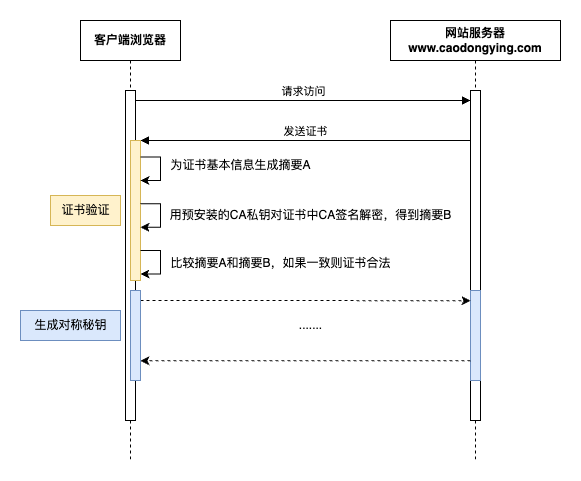
Earlier version of the draw.io export assets/images/https/客户端验证证书.png (Caodongying/caodongying.github.io). Source tidied: cells renumbered, new cells last; positions are measured from the earlier drawing's top-left corner, leaving out a move shared by most shapes. Its diagram source:
```xml
<mxGraphModel>
  <root>
    <mxCell id="0" />
    <mxCell id="1" parent="0" />
    <mxCell id="2" value="&lt;span style=&quot;font-weight: 700; text-wrap-mode: nowrap;&quot;&gt;客户端浏览器&lt;/span&gt;" style="shape=umlLifeline;perimeter=lifelinePerimeter;whiteSpace=wrap;html=1;newEdgeStyle={&quot;edgeStyle&quot;:&quot;elbowEdgeStyle&quot;,&quot;elbow&quot;:&quot;vertical&quot;,&quot;curved&quot;:0,&quot;rounded&quot;:0};" parent="1" vertex="1">
      <mxGeometry x="60" width="100" height="440" as="geometry" />
    </mxCell>
    <mxCell id="3" value="&lt;span style=&quot;font-weight: 700; text-wrap-mode: nowrap;&quot;&gt;网站服务器&lt;/span&gt;&lt;br style=&quot;font-weight: 700; text-wrap-mode: nowrap;&quot;&gt;&lt;span style=&quot;font-weight: 700; text-wrap-mode: nowrap;&quot;&gt;www.caodongying.com&lt;/span&gt;" style="shape=umlLifeline;perimeter=lifelinePerimeter;whiteSpace=wrap;html=1;newEdgeStyle={&quot;edgeStyle&quot;:&quot;elbowEdgeStyle&quot;,&quot;elbow&quot;:&quot;vertical&quot;,&quot;curved&quot;:0,&quot;rounded&quot;:0};" parent="1" vertex="1">
      <mxGeometry x="370" width="170" height="440" as="geometry" />
    </mxCell>
    <mxCell id="4" style="html=1;points=[];perimeter=orthogonalPerimeter;outlineConnect=0;targetShapes=umlLifeline;portConstraint=eastwest;newEdgeStyle={&quot;edgeStyle&quot;:&quot;elbowEdgeStyle&quot;,&quot;elbow&quot;:&quot;vertical&quot;,&quot;curved&quot;:0,&quot;rounded&quot;:0};" parent="3" vertex="1">
      <mxGeometry x="80" y="70" width="10" height="330" as="geometry" />
    </mxCell>
    <mxCell id="5" style="html=1;points=[[0,0.11,0,0,0],[0,0.22,0,0,0],[0,0.33,0,0,0],[0,0.44,0,0,0],[0,0.56,0,0,0],[0,0.67,0,0,0],[0,0.78,0,0,0],[0,0.89,0,0,0],[1,0.11,0,0,0],[1,0.22,0,0,0],[1,0.33,0,0,0],[1,0.44,0,0,0],[1,0.56,0,0,0],[1,0.67,0,0,0],[1,0.78,0,0,0],[1,0.89,0,0,0]];perimeter=orthogonalPerimeter;outlineConnect=0;targetShapes=umlLifeline;portConstraint=eastwest;newEdgeStyle={&quot;edgeStyle&quot;:&quot;elbowEdgeStyle&quot;,&quot;elbow&quot;:&quot;vertical&quot;,&quot;curved&quot;:0,&quot;rounded&quot;:0};fillColor=#dae8fc;strokeColor=#6c8ebf;" parent="3" vertex="1">
      <mxGeometry x="80" y="270" width="10" height="90" as="geometry" />
    </mxCell>
    <mxCell id="6" value="请求访问" style="html=1;verticalAlign=bottom;endArrow=block;edgeStyle=elbowEdgeStyle;elbow=vertical;curved=0;rounded=0;" parent="1" edge="1" source="8" target="4">
      <mxGeometry relative="1" as="geometry">
        <Array as="points">
          <mxPoint x="200" y="80" />
        </Array>
      </mxGeometry>
    </mxCell>
    <mxCell id="7" value="发送证书" style="html=1;verticalAlign=bottom;endArrow=block;edgeStyle=elbowEdgeStyle;elbow=vertical;curved=0;rounded=0;" parent="1" edge="1" source="4" target="9">
      <mxGeometry relative="1" as="geometry">
        <Array as="points">
          <mxPoint x="210" y="120" />
        </Array>
      </mxGeometry>
    </mxCell>
    <mxCell id="8" style="html=1;points=[];perimeter=orthogonalPerimeter;outlineConnect=0;targetShapes=umlLifeline;portConstraint=eastwest;newEdgeStyle={&quot;edgeStyle&quot;:&quot;elbowEdgeStyle&quot;,&quot;elbow&quot;:&quot;vertical&quot;,&quot;curved&quot;:0,&quot;rounded&quot;:0};" parent="1" vertex="1">
      <mxGeometry x="105" y="70" width="10" height="330" as="geometry" />
    </mxCell>
    <mxCell id="9" style="html=1;points=[[1,0.11,0,0,0],[1,0.22,0,0,0],[1,0.33,0,0,0],[1,0.44,0,0,0],[1,0.56,0,0,0],[1,0.67,0,0,0],[1,0.78,0,0,0],[1,0.89,0,0,0]];perimeter=orthogonalPerimeter;outlineConnect=0;targetShapes=umlLifeline;portConstraint=eastwest;newEdgeStyle={&quot;edgeStyle&quot;:&quot;elbowEdgeStyle&quot;,&quot;elbow&quot;:&quot;vertical&quot;,&quot;curved&quot;:0,&quot;rounded&quot;:0};fillColor=#fff2cc;strokeColor=#d6b656;" parent="1" vertex="1">
      <mxGeometry x="110" y="120" width="10" height="140" as="geometry" />
    </mxCell>
    <mxCell id="10" value="为证书基本信息生成摘要A" style="text;html=1;align=center;verticalAlign=middle;strokeColor=none;fillColor=none;" parent="1" vertex="1">
      <mxGeometry x="140" y="130" width="160" height="30" as="geometry" />
    </mxCell>
    <mxCell id="11" value="用预安装的CA私钥对证书中CA签名解密，得到摘要B" style="text;html=1;align=center;verticalAlign=middle;strokeColor=none;fillColor=none;" parent="1" vertex="1">
      <mxGeometry x="140" y="180" width="300" height="30" as="geometry" />
    </mxCell>
    <mxCell id="12" style="edgeStyle=elbowEdgeStyle;rounded=0;orthogonalLoop=1;jettySize=auto;html=1;exitX=1;exitY=0.11;exitDx=0;exitDy=0;exitPerimeter=0;entryX=1;entryY=0.89;entryDx=0;entryDy=0;entryPerimeter=0;" parent="1" edge="1">
      <mxGeometry relative="1" as="geometry">
        <mxPoint x="120" y="230" as="sourcePoint" />
        <mxPoint x="120" y="253.5" as="targetPoint" />
        <Array as="points">
          <mxPoint x="140" y="233" />
        </Array>
      </mxGeometry>
    </mxCell>
    <mxCell id="13" style="edgeStyle=elbowEdgeStyle;rounded=0;orthogonalLoop=1;jettySize=auto;html=1;exitX=1;exitY=0.11;exitDx=0;exitDy=0;exitPerimeter=0;entryX=1;entryY=0.89;entryDx=0;entryDy=0;entryPerimeter=0;" parent="1" edge="1">
      <mxGeometry relative="1" as="geometry">
        <mxPoint x="120" y="183.2" as="sourcePoint" />
        <mxPoint x="120" y="206.8" as="targetPoint" />
        <Array as="points">
          <mxPoint x="140" y="186.2" />
        </Array>
      </mxGeometry>
    </mxCell>
    <mxCell id="14" style="edgeStyle=elbowEdgeStyle;rounded=0;orthogonalLoop=1;jettySize=auto;html=1;exitX=1;exitY=0.11;exitDx=0;exitDy=0;exitPerimeter=0;entryX=1;entryY=0.89;entryDx=0;entryDy=0;entryPerimeter=0;" parent="1" edge="1">
      <mxGeometry relative="1" as="geometry">
        <mxPoint x="120" y="136.5" as="sourcePoint" />
        <mxPoint x="120" y="160" as="targetPoint" />
        <Array as="points">
          <mxPoint x="140" y="139.5" />
        </Array>
      </mxGeometry>
    </mxCell>
    <mxCell id="15" value="比较摘要A和摘要B，如果一致则证书合法" style="text;html=1;align=center;verticalAlign=middle;strokeColor=none;fillColor=none;" parent="1" vertex="1">
      <mxGeometry x="140" y="228" width="240" height="30" as="geometry" />
    </mxCell>
    <mxCell id="16" value="证书验证" style="text;html=1;align=center;verticalAlign=middle;strokeColor=#d6b656;fillColor=#fff2cc;" parent="1" vertex="1">
      <mxGeometry x="30" y="175" width="70" height="30" as="geometry" />
    </mxCell>
    <mxCell id="17" style="edgeStyle=elbowEdgeStyle;rounded=0;jettySize=auto;html=1;elbow=vertical;curved=0;exitX=1;exitY=0.11;exitDx=0;exitDy=0;exitPerimeter=0;dashed=1;" parent="1" edge="1" source="18" target="5">
      <mxGeometry relative="1" as="geometry" />
    </mxCell>
    <mxCell id="18" style="html=1;points=[[1,0.11,0,0,0],[1,0.22,0,0,0],[1,0.33,0,0,0],[1,0.44,0,0,0],[1,0.56,0,0,0],[1,0.67,0,0,0],[1,0.78,0,0,0],[1,0.89,0,0,0]];perimeter=orthogonalPerimeter;outlineConnect=0;targetShapes=umlLifeline;portConstraint=eastwest;newEdgeStyle={&quot;edgeStyle&quot;:&quot;elbowEdgeStyle&quot;,&quot;elbow&quot;:&quot;vertical&quot;,&quot;curved&quot;:0,&quot;rounded&quot;:0};fillColor=#dae8fc;strokeColor=#6c8ebf;" parent="1" vertex="1">
      <mxGeometry x="110" y="270" width="10" height="90" as="geometry" />
    </mxCell>
    <mxCell id="19" value="......." style="text;html=1;align=center;verticalAlign=middle;strokeColor=none;fillColor=none;" parent="1" vertex="1">
      <mxGeometry x="265" y="290" width="50" height="30" as="geometry" />
    </mxCell>
    <mxCell id="20" style="edgeStyle=elbowEdgeStyle;rounded=0;jettySize=auto;html=1;elbow=vertical;curved=0;exitX=0;exitY=0.78;exitDx=0;exitDy=0;exitPerimeter=0;entryX=1;entryY=0.78;entryDx=0;entryDy=0;entryPerimeter=0;dashed=1;" parent="1" edge="1" source="5" target="18">
      <mxGeometry relative="1" as="geometry" />
    </mxCell>
    <mxCell id="21" value="生成对称秘钥" style="text;html=1;align=center;verticalAlign=middle;strokeColor=#6c8ebf;fillColor=#dae8fc;" parent="1" vertex="1">
      <mxGeometry y="290" width="100" height="30" as="geometry" />
    </mxCell>
  </root>
</mxGraphModel>
```
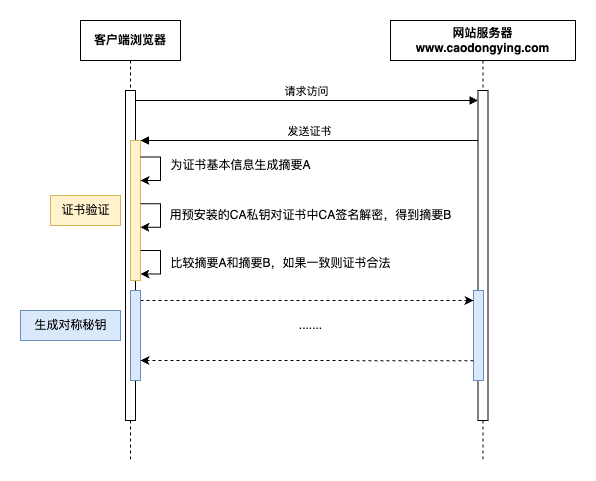
The same file after the commit.

Diff of the diagram source:
```diff
@@ -6,13 +6,13 @@
       <mxGeometry x="60" width="100" height="440" as="geometry" />
     </mxCell>
     <mxCell id="3" value="&lt;span style=&quot;font-weight: 700; text-wrap-mode: nowrap;&quot;&gt;网站服务器&lt;/span&gt;&lt;br style=&quot;font-weight: 700; text-wrap-mode: nowrap;&quot;&gt;&lt;span style=&quot;font-weight: 700; text-wrap-mode: nowrap;&quot;&gt;www.caodongying.com&lt;/span&gt;" style="shape=umlLifeline;perimeter=lifelinePerimeter;whiteSpace=wrap;html=1;newEdgeStyle={&quot;edgeStyle&quot;:&quot;elbowEdgeStyle&quot;,&quot;elbow&quot;:&quot;vertical&quot;,&quot;curved&quot;:0,&quot;rounded&quot;:0};" parent="1" vertex="1">
-      <mxGeometry x="370" width="170" height="440" as="geometry" />
+      <mxGeometry x="370" width="185" height="440" as="geometry" />
     </mxCell>
-    <mxCell id="4" style="html=1;points=[];perimeter=orthogonalPerimeter;outlineConnect=0;targetShapes=umlLifeline;portConstraint=eastwest;newEdgeStyle={&quot;edgeStyle&quot;:&quot;elbowEdgeStyle&quot;,&quot;elbow&quot;:&quot;vertical&quot;,&quot;curved&quot;:0,&quot;rounded&quot;:0};" parent="3" vertex="1">
-      <mxGeometry x="80" y="70" width="10" height="330" as="geometry" />
+    <mxCell id="4" style="html=1;points=[[0.5,0,0,0,0],[0.5,1,0,0,0]];perimeter=orthogonalPerimeter;outlineConnect=0;targetShapes=umlLifeline;portConstraint=eastwest;newEdgeStyle={&quot;edgeStyle&quot;:&quot;elbowEdgeStyle&quot;,&quot;elbow&quot;:&quot;vertical&quot;,&quot;curved&quot;:0,&quot;rounded&quot;:0};strokeColor=default;align=center;verticalAlign=middle;fontFamily=Helvetica;fontSize=12;fontColor=default;fillColor=default;" parent="3" vertex="1">
+      <mxGeometry x="87.5" y="70" width="10" height="330" as="geometry" />
     </mxCell>
     <mxCell id="5" style="html=1;points=[[0,0.11,0,0,0],[0,0.22,0,0,0],[0,0.33,0,0,0],[0,0.44,0,0,0],[0,0.56,0,0,0],[0,0.67,0,0,0],[0,0.78,0,0,0],[0,0.89,0,0,0],[1,0.11,0,0,0],[1,0.22,0,0,0],[1,0.33,0,0,0],[1,0.44,0,0,0],[1,0.56,0,0,0],[1,0.67,0,0,0],[1,0.78,0,0,0],[1,0.89,0,0,0]];perimeter=orthogonalPerimeter;outlineConnect=0;targetShapes=umlLifeline;portConstraint=eastwest;newEdgeStyle={&quot;edgeStyle&quot;:&quot;elbowEdgeStyle&quot;,&quot;elbow&quot;:&quot;vertical&quot;,&quot;curved&quot;:0,&quot;rounded&quot;:0};fillColor=#dae8fc;strokeColor=#6c8ebf;" parent="3" vertex="1">
-      <mxGeometry x="80" y="270" width="10" height="90" as="geometry" />
+      <mxGeometry x="83" y="270" width="10" height="90" as="geometry" />
     </mxCell>
     <mxCell id="6" value="请求访问" style="html=1;verticalAlign=bottom;endArrow=block;edgeStyle=elbowEdgeStyle;elbow=vertical;curved=0;rounded=0;" parent="1" edge="1" source="8" target="4">
       <mxGeometry relative="1" as="geometry">
```
